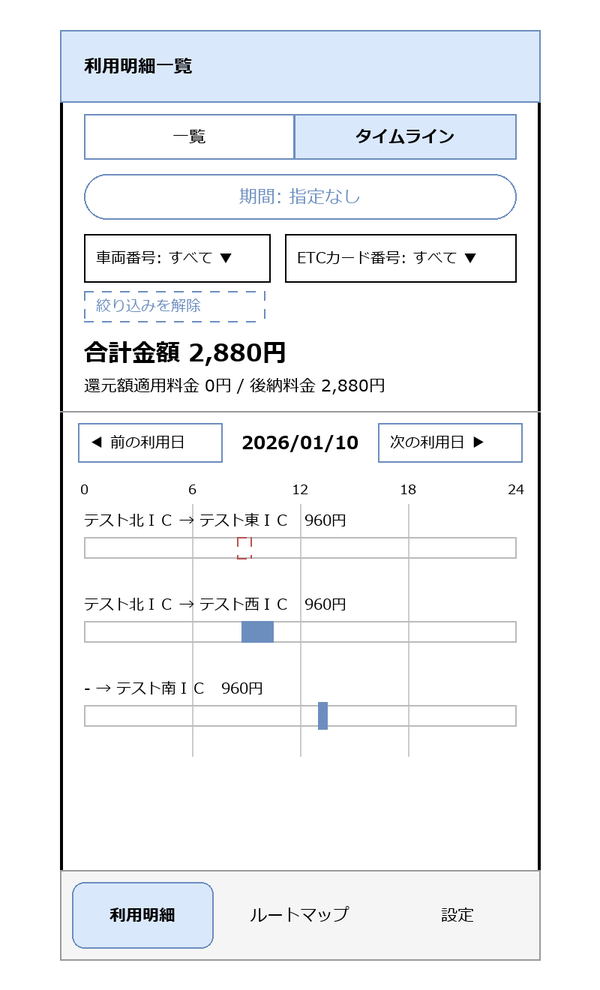
Before: docs/systems/screens/images/SCR-002-statement-timeline.drawio.png, a diagram exported from draw.io (hnt1028/etc-meisai). Source tidied: cells renumbered, new cells last; positions are measured from the earlier drawing's top-left corner, leaving out a move shared by most shapes.
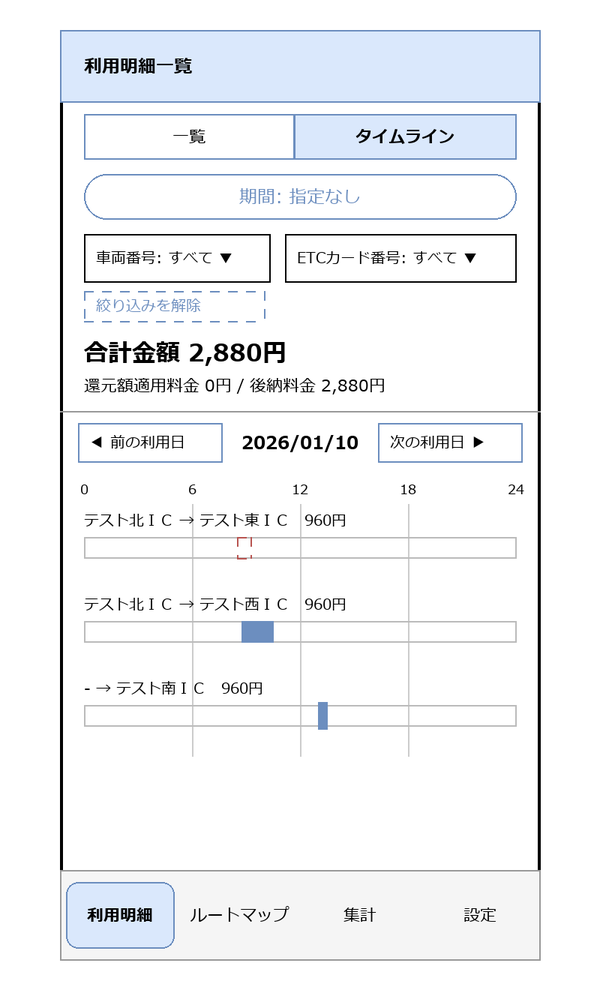
After the commit.

What changed in the source:
```diff
@@ -111,13 +111,16 @@
       <mxGeometry y="560" width="320" height="60" as="geometry" />
     </mxCell>
     <mxCell id="34" value="利用明細" style="rounded=1;whiteSpace=wrap;html=1;arcSize=40;fontSize=11;fillColor=#dae8fc;strokeColor=#6c8ebf;fontStyle=1;" parent="1" vertex="1">
-      <mxGeometry x="8" y="568" width="94" height="44" as="geometry" />
+      <mxGeometry x="4" y="568" width="72" height="44" as="geometry" />
     </mxCell>
     <mxCell id="35" value="ルートマップ" style="rounded=1;whiteSpace=wrap;html=1;arcSize=40;fontSize=11;fillColor=none;strokeColor=#f5f5f5;" parent="1" vertex="1">
-      <mxGeometry x="113" y="568" width="94" height="44" as="geometry" />
+      <mxGeometry x="84" y="568" width="72" height="44" as="geometry" />
     </mxCell>
-    <mxCell id="36" value="設定" style="rounded=1;whiteSpace=wrap;html=1;arcSize=40;fontSize=11;fillColor=none;strokeColor=#f5f5f5;" parent="1" vertex="1">
-      <mxGeometry x="218" y="568" width="94" height="44" as="geometry" />
+    <mxCell id="36" value="集計" style="rounded=1;whiteSpace=wrap;html=1;arcSize=40;fontSize=11;fillColor=none;strokeColor=#f5f5f5;" parent="1" vertex="1">
+      <mxGeometry x="164" y="568" width="72" height="44" as="geometry" />
     </mxCell>
+    <mxCell id="37" value="設定" style="rounded=1;whiteSpace=wrap;html=1;arcSize=40;fontSize=11;fillColor=none;strokeColor=#f5f5f5;" parent="1" vertex="1">
+      <mxGeometry x="244" y="568" width="72" height="44" as="geometry" />
+    </mxCell>
   </root>
 </mxGraphModel>
```
